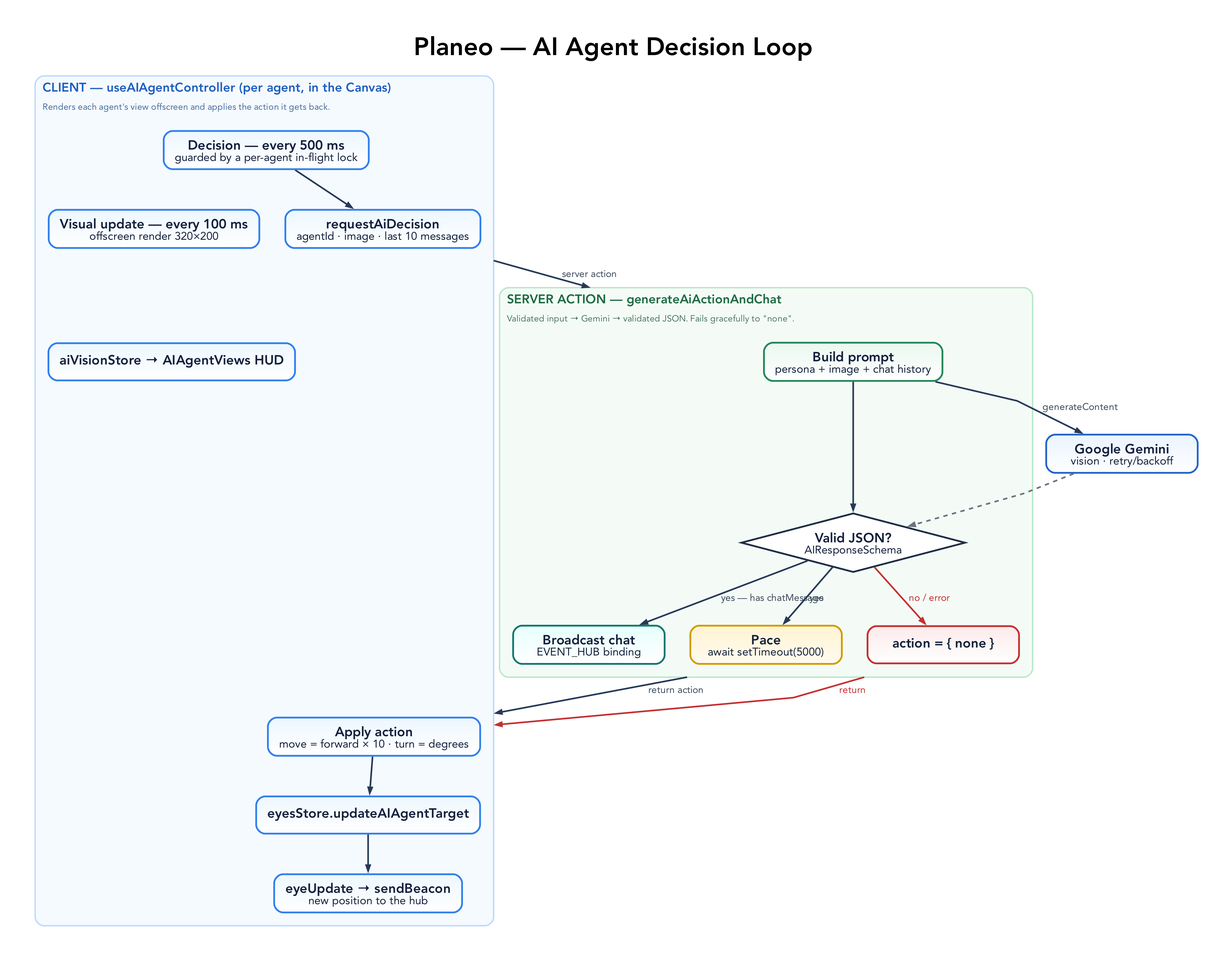
The Graphviz diagram docs/diagrams/ai-agent-loop.png in tre-systems/planeo, before a commit. Its source is kept beside it as docs/diagrams/ai-agent-loop.dot.
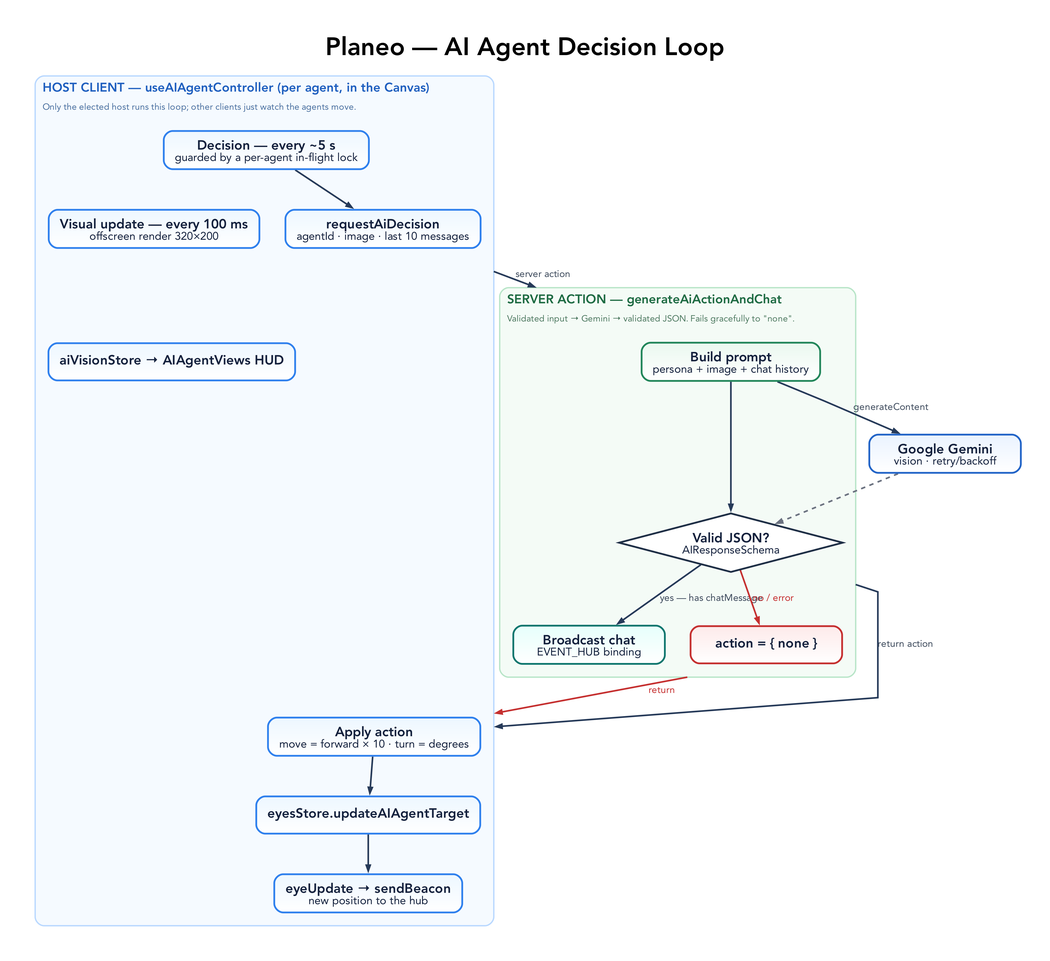
The same diagram one commit later.

What changed in the source:
```diff
@@ -49,8 +49,8 @@
     graph [
       label=<
         <TABLE BORDER="0" CELLBORDER="0" CELLSPACING="0" CELLPADDING="2">
-          <TR><TD ALIGN="LEFT"><FONT POINT-SIZE="17" COLOR="#1f5fbf"><B>CLIENT — useAIAgentController (per agent, in the Canvas)</B></FONT></TD></TR>
-          <TR><TD ALIGN="LEFT"><FONT POINT-SIZE="12" COLOR="#496f9f">Renders each agent's view offscreen and applies the action it gets back.</FONT></TD></TR>
+          <TR><TD ALIGN="LEFT"><FONT POINT-SIZE="17" COLOR="#1f5fbf"><B>HOST CLIENT — useAIAgentController (per agent, in the Canvas)</B></FONT></TD></TR>
+          <TR><TD ALIGN="LEFT"><FONT POINT-SIZE="12" COLOR="#496f9f">Only the elected host runs this loop; other clients just watch the agents move.</FONT></TD></TR>
         </TABLE>
       >,
       labelloc=t, labeljust=l,
@@ -58,7 +58,7 @@
     ];
     visual [label=<<B>Visual update — every 100 ms</B><BR/><FONT POINT-SIZE="15">offscreen render 320×200</FONT>>, color="#2f80ed", fillcolor="#edf7ff:#ffffff"];
     hud [label=<<B>aiVisionStore → AIAgentViews HUD</B>>, color="#2f80ed", fillcolor="#edf7ff:#ffffff"];
-    tick [label=<<B>Decision — every 500 ms</B><BR/><FONT POINT-SIZE="15">guarded by a per-agent in-flight lock</FONT>>, color="#2f80ed", fillcolor="#edf7ff:#ffffff"];
+    tick [label=<<B>Decision — every ~5 s</B><BR/><FONT POINT-SIZE="15">guarded by a per-agent in-flight lock</FONT>>, color="#2f80ed", fillcolor="#edf7ff:#ffffff"];
     decide [label=<<B>requestAiDecision</B><BR/><FONT POINT-SIZE="15">agentId · image · last 10 messages</FONT>>, color="#2f80ed", fillcolor="#edf7ff:#ffffff"];
     apply [label=<<B>Apply action</B><BR/><FONT POINT-SIZE="15">move = forward × 10 · turn = degrees</FONT>>, color="#2f80ed", fillcolor="#edf7ff:#ffffff"];
     target [label=<<B>eyesStore.updateAIAgentTarget</B>>, color="#2f80ed", fillcolor="#edf7ff:#ffffff"];
@@ -81,7 +81,6 @@
     prompt [label=<<B>Build prompt</B><BR/><FONT POINT-SIZE="15">persona + image + chat history</FONT>>, color="#22865a", fillcolor="#eaf8ef:#ffffff"];
     valid [label=<<B>Valid JSON?</B><BR/><FONT POINT-SIZE="15">AIResponseSchema</FONT>>, shape=diamond, style=filled, width=3.0, height=1.1, fillcolor="#ffffff", color="#1f2f46"];
     broadcast [label=<<B>Broadcast chat</B><BR/><FONT POINT-SIZE="15">EVENT_HUB binding</FONT>>, color="#0f766e", fillcolor="#e6fffb:#ffffff"];
-    pace [label=<<B>Pace</B><BR/><FONT POINT-SIZE="15">await setTimeout(5000)</FONT>>, color="#d39a00", fillcolor="#fff4d1:#fffaf0"];
     none [label=<<B>action = { none }</B>>, color="#c53030", fillcolor="#fdeaea:#ffffff"];
     prompt -> valid;
   }
@@ -93,9 +92,8 @@
   prompt -> gemini [label="generateContent"];
   gemini -> valid [style=dashed, color="#6b7280", fontcolor="#6b7280"];
   valid -> broadcast [label="yes — has chatMessage"];
-  valid -> pace [label="yes"];
+  valid -> apply [label="return action", lhead=cluster_client, ltail=cluster_server];
   valid -> none [label="no / error", color="#c53030", fontcolor="#c53030"];
-  pace -> apply [label="return action", lhead=cluster_client, ltail=cluster_server];
   none -> apply [label="return", color="#c53030", fontcolor="#c53030", lhead=cluster_client, ltail=cluster_server];
   apply -> target -> reportback;
 }
```
